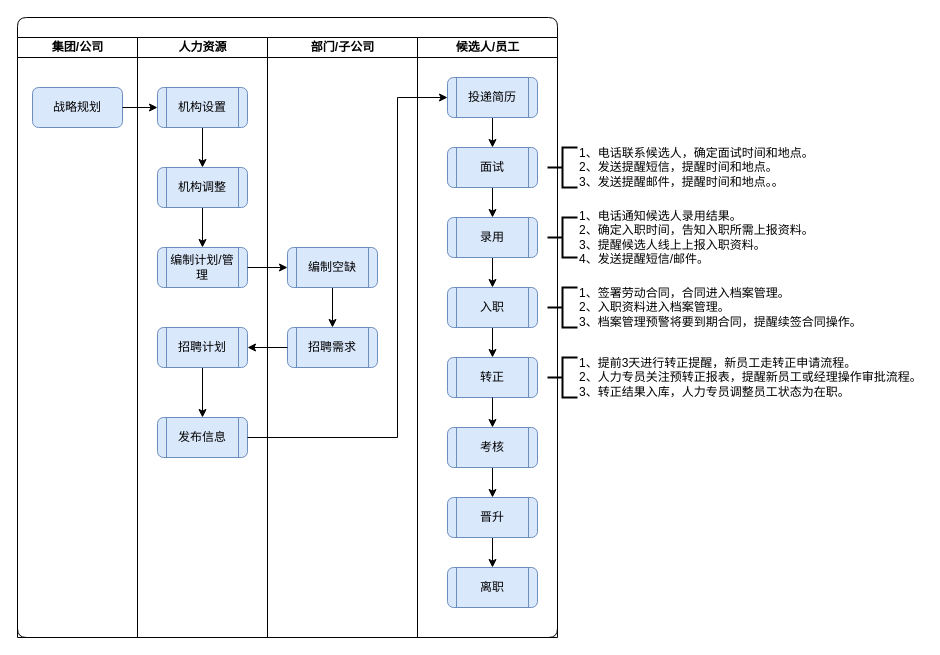
This is page "大图" (2 of 9) of humanresource1.drawio from janzhou123/mydraw, a draw.io file, before an edit. Source tidied: cells renumbered, new cells numbered last; positions are measured from the earlier drawing's top-left corner, leaving out a move shared by most shapes. Both pictures are drawn from the tidied source at 100%, with x=0, y=0 at pixel (17, 17).
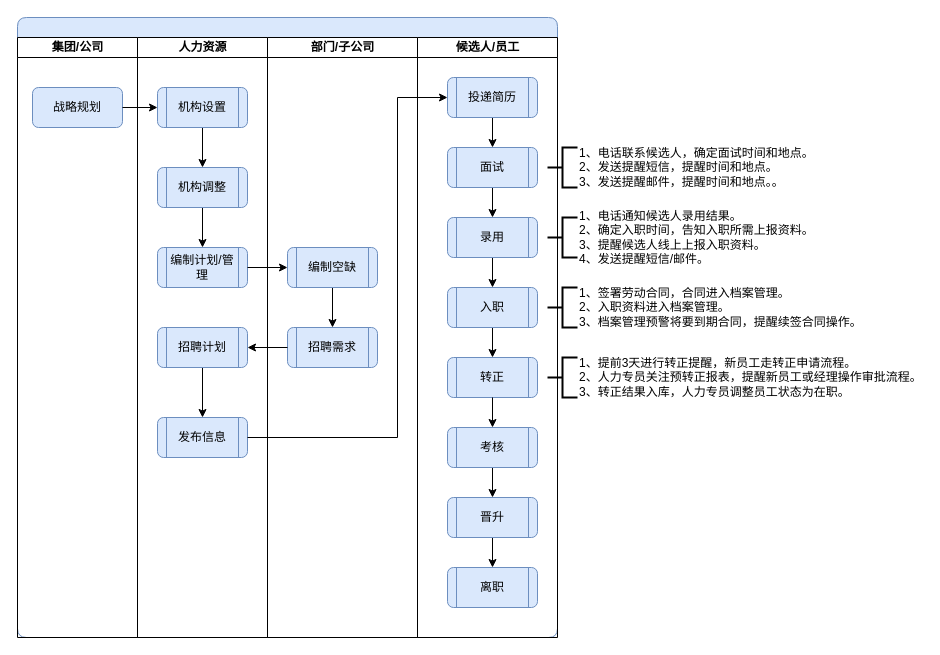
Above is the later version.

Change to the diagram source:
```diff
@@
-    <mxCell id="2" style="swimlane;html=1;startSize=20;rounded=1;shadow=0;glass=0;comic=0;" parent="1" vertex="1">
+    <mxCell id="2" style="swimlane;html=1;startSize=20;rounded=1;shadow=0;glass=0;comic=0;fillColor=#dae8fc;strokeColor=#6c8ebf;" parent="1" vertex="1">
       <mxGeometry width="540" height="620" as="geometry" />
     </mxCell>
```
